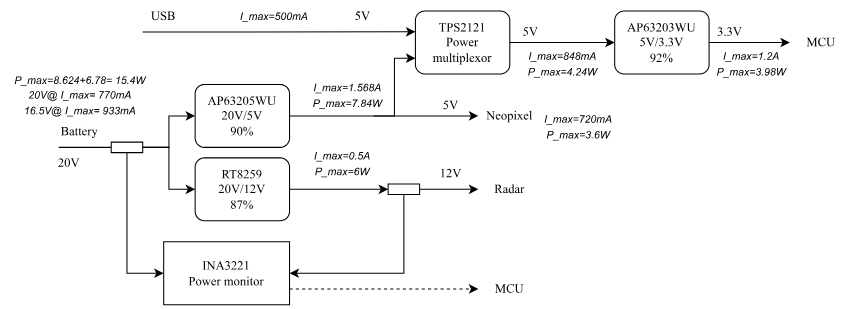
Earlier version of the draw.io export graphics/BlockDiagram-PowerManagement.svg (TaVodic/Dev-Module-for-RSS). Source tidied: cells renumbered, new cells last; positions are measured from the earlier drawing's top-left corner, leaving out a move shared by most shapes.
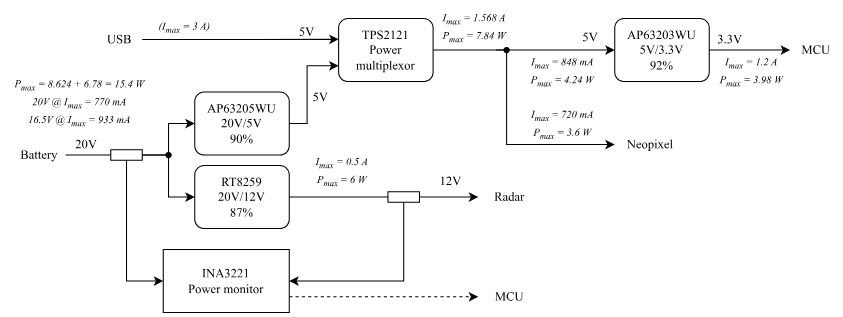
The same diagram one commit later.

Commit message:
schematic cosmetics, power management diagram upgrated

Change to the diagram source:
```diff
@@ -5,12 +5,11 @@
     <mxCell id="2" value="AP63205WU&lt;br&gt;20V/5V&lt;br&gt;90%" style="rounded=1;whiteSpace=wrap;html=1;fontFamily=Computer Modern;" parent="1" vertex="1">
       <mxGeometry x="185" y="80" width="90" height="60" as="geometry" />
     </mxCell>
-    <mxCell id="3" style="edgeStyle=orthogonalEdgeStyle;rounded=0;jettySize=auto;html=1;exitX=1;exitY=0.25;exitDx=0;exitDy=0;entryX=0;entryY=0.75;entryDx=0;entryDy=0;fontFamily=Computer Modern;" parent="1" edge="1" target="6">
+    <mxCell id="3" style="edgeStyle=orthogonalEdgeStyle;rounded=0;jettySize=auto;html=1;exitX=1;exitY=0.5;exitDx=0;exitDy=0;entryX=0;entryY=0.75;entryDx=0;entryDy=0;fontFamily=Computer Modern;" parent="1" edge="1" source="2" target="6">
       <mxGeometry relative="1" as="geometry">
-        <mxPoint x="355" y="110" as="sourcePoint" />
         <Array as="points">
-          <mxPoint x="375" y="110" />
-          <mxPoint x="375" y="55" />
+          <mxPoint x="292" y="110" />
+          <mxPoint x="292" y="55" />
         </Array>
       </mxGeometry>
     </mxCell>
@@ -21,7 +20,7 @@
       <mxGeometry relative="1" as="geometry" />
     </mxCell>
     <mxCell id="6" value="TPS2121&lt;br&gt;Power multiplexor" style="rounded=1;whiteSpace=wrap;html=1;fontFamily=Computer Modern;" parent="1" vertex="1">
-      <mxGeometry x="395" y="10" width="90" height="60" as="geometry" />
+      <mxGeometry x="322" y="10" width="90" height="60" as="geometry" />
     </mxCell>
     <mxCell id="7" style="edgeStyle=orthogonalEdgeStyle;rounded=0;jettySize=auto;html=1;exitX=1;exitY=0.5;exitDx=0;exitDy=0;fontFamily=Computer Modern;" parent="1" edge="1" source="8" target="16">
       <mxGeometry relative="1" as="geometry" />
@@ -29,35 +28,44 @@
     <mxCell id="8" value="AP63203WU&lt;br&gt;5V/3.3V&lt;br&gt;92%" style="rounded=1;whiteSpace=wrap;html=1;fontFamily=Computer Modern;" parent="1" vertex="1">
       <mxGeometry x="585" y="10" width="90" height="60" as="geometry" />
     </mxCell>
-    <mxCell id="9" style="rounded=0;jettySize=auto;html=1;exitX=1;exitY=0.5;exitDx=0;exitDy=0;fontFamily=Computer Modern;" parent="1" edge="1" source="2" target="14">
-      <mxGeometry relative="1" as="geometry" />
-    </mxCell>
     <mxCell id="10" value="12V" style="text;html=1;strokeColor=none;fillColor=none;align=center;verticalAlign=middle;whiteSpace=wrap;rounded=0;fontFamily=Computer Modern;" parent="1" vertex="1">
       <mxGeometry x="225" y="150" width="60" height="30" as="geometry" />
     </mxCell>
     <mxCell id="11" value="5V" style="text;html=1;strokeColor=none;fillColor=none;align=center;verticalAlign=middle;whiteSpace=wrap;rounded=0;fontFamily=Computer Modern;" parent="1" vertex="1">
-      <mxGeometry x="315" width="60" height="30" as="geometry" />
+      <mxGeometry x="262" y="8" width="60" height="30" as="geometry" />
     </mxCell>
     <mxCell id="12" value="5V" style="text;html=1;strokeColor=none;fillColor=none;align=center;verticalAlign=middle;whiteSpace=wrap;rounded=0;fontFamily=Computer Modern;" parent="1" vertex="1">
-      <mxGeometry x="475" y="15" width="60" height="30" as="geometry" />
+      <mxGeometry x="532" y="13" width="60" height="30" as="geometry" />
     </mxCell>
     <mxCell id="13" value="3.3V" style="text;html=1;strokeColor=none;fillColor=none;align=center;verticalAlign=middle;whiteSpace=wrap;rounded=0;fontFamily=Computer Modern;" parent="1" vertex="1">
       <mxGeometry x="665" y="15" width="60" height="30" as="geometry" />
     </mxCell>
+    <mxCell id="42" style="edgeStyle=orthogonalEdgeStyle;rounded=0;jettySize=auto;html=1;startArrow=classic;startFill=1;endArrow=none;endFill=0;fontFamily=Computer Modern;" parent="1" edge="1" source="14">
+      <mxGeometry relative="1" as="geometry">
+        <mxPoint x="472" y="40" as="targetPoint" />
+        <Array as="points">
+          <mxPoint x="482" y="130" />
+          <mxPoint x="482" y="40" />
+        </Array>
+      </mxGeometry>
+    </mxCell>
     <mxCell id="14" value="Neopixel" style="text;html=1;strokeColor=none;fillColor=none;align=center;verticalAlign=middle;whiteSpace=wrap;rounded=0;fontFamily=Computer Modern;" parent="1" vertex="1">
-      <mxGeometry x="455" y="95" width="60" height="30" as="geometry" />
+      <mxGeometry x="585" y="115" width="68" height="30" as="geometry" />
     </mxCell>
     <mxCell id="15" value="Radar" style="text;html=1;strokeColor=none;fillColor=none;align=center;verticalAlign=middle;whiteSpace=wrap;rounded=0;fontFamily=Computer Modern;" parent="1" vertex="1">
       <mxGeometry x="455" y="165" width="60" height="30" as="geometry" />
     </mxCell>
     <mxCell id="16" value="MCU" style="text;html=1;strokeColor=none;fillColor=none;align=center;verticalAlign=middle;whiteSpace=wrap;rounded=0;fontFamily=Computer Modern;" parent="1" vertex="1">
-      <mxGeometry x="752" y="25" width="60" height="30" as="geometry" />
+      <mxGeometry x="752" y="25" width="50" height="30" as="geometry" />
     </mxCell>
     <mxCell id="17" value="USB" style="text;html=1;strokeColor=none;fillColor=none;align=center;verticalAlign=middle;whiteSpace=wrap;rounded=0;fontFamily=Computer Modern;" parent="1" vertex="1">
-      <mxGeometry x="125" width="60" height="30" as="geometry" />
+      <mxGeometry x="92" y="15" width="43" height="30" as="geometry" />
     </mxCell>
+    <mxCell id="43" style="edgeStyle=orthogonalEdgeStyle;rounded=0;jettySize=auto;html=1;entryX=0;entryY=0.5;entryDx=0;entryDy=0;endArrow=none;endFill=0;fontFamily=Computer Modern;" parent="1" edge="1" source="18" target="26">
+      <mxGeometry relative="1" as="geometry" />
+    </mxCell>
     <mxCell id="18" value="Battery" style="text;html=1;strokeColor=none;fillColor=none;align=center;verticalAlign=middle;whiteSpace=wrap;rounded=0;fontFamily=Computer Modern;" parent="1" vertex="1">
-      <mxGeometry x="45" y="110" width="60" height="30" as="geometry" />
+      <mxGeometry x="12" y="125" width="50" height="30" as="geometry" />
     </mxCell>
     <mxCell id="19" style="edgeStyle=orthogonalEdgeStyle;rounded=0;jettySize=auto;html=1;exitX=1;exitY=0.75;exitDx=0;exitDy=0;dashed=1;fontFamily=Computer Modern;entryX=0;entryY=0.5;entryDx=0;entryDy=0;" parent="1" edge="1" source="20" target="27">
       <mxGeometry relative="1" as="geometry" />
@@ -71,17 +79,12 @@
     <mxCell id="22" style="edgeStyle=orthogonalEdgeStyle;rounded=0;jettySize=auto;html=1;exitX=0.5;exitY=1;exitDx=0;exitDy=0;entryX=0;entryY=0.5;entryDx=0;entryDy=0;fontFamily=Computer Modern;" parent="1" edge="1" source="26" target="20">
       <mxGeometry relative="1" as="geometry" />
     </mxCell>
-    <mxCell id="23" style="edgeStyle=orthogonalEdgeStyle;rounded=0;jettySize=auto;html=1;exitX=1;exitY=0.5;exitDx=0;exitDy=0;entryX=0;entryY=0.5;entryDx=0;entryDy=0;" parent="1" edge="1" source="26" target="32">
+    <mxCell id="23" style="edgeStyle=orthogonalEdgeStyle;rounded=0;jettySize=auto;html=1;exitX=1;exitY=0.5;exitDx=0;exitDy=0;entryX=0;entryY=0.5;entryDx=0;entryDy=0;fontFamily=Computer Modern;" parent="1" edge="1" source="26" target="32">
       <mxGeometry relative="1" as="geometry" />
     </mxCell>
-    <mxCell id="24" style="edgeStyle=orthogonalEdgeStyle;rounded=0;jettySize=auto;html=1;exitX=1;exitY=0.5;exitDx=0;exitDy=0;entryX=0;entryY=0.5;entryDx=0;entryDy=0;" parent="1" edge="1" source="26" target="2">
+    <mxCell id="24" style="edgeStyle=orthogonalEdgeStyle;rounded=0;jettySize=auto;html=1;exitX=1;exitY=0.5;exitDx=0;exitDy=0;entryX=0;entryY=0.5;entryDx=0;entryDy=0;fontFamily=Computer Modern;" parent="1" edge="1" source="26" target="2">
       <mxGeometry relative="1" as="geometry" />
     </mxCell>
-    <mxCell id="25" style="edgeStyle=orthogonalEdgeStyle;rounded=0;jettySize=auto;html=1;exitX=0;exitY=0.5;exitDx=0;exitDy=0;endArrow=none;endFill=0;" parent="1" edge="1" source="26">
-      <mxGeometry relative="1" as="geometry">
-        <mxPoint x="55" y="140" as="targetPoint" />
-      </mxGeometry>
-    </mxCell>
     <mxCell id="26" style="rounded=0;whiteSpace=wrap;html=1;fontFamily=Computer Modern;" parent="1" vertex="1">
       <mxGeometry x="105" y="135" width="30" height="10" as="geometry" />
     </mxCell>
@@ -93,44 +96,50 @@
         <mxPoint x="135" y="30" as="sourcePoint" />
       </mxGeometry>
     </mxCell>
-    <mxCell id="29" value="5V" style="text;html=1;strokeColor=none;fillColor=none;align=center;verticalAlign=middle;whiteSpace=wrap;rounded=0;fontFamily=Computer Modern;" parent="1" vertex="1">
-      <mxGeometry x="399" y="85" width="60" height="30" as="geometry" />
-    </mxCell>
     <mxCell id="30" value="12V" style="text;html=1;strokeColor=none;fillColor=none;align=center;verticalAlign=middle;whiteSpace=wrap;rounded=0;fontFamily=Computer Modern;" parent="1" vertex="1">
       <mxGeometry x="399" y="150" width="60" height="30" as="geometry" />
     </mxCell>
     <mxCell id="31" value="20V" style="text;html=1;strokeColor=none;fillColor=none;align=center;verticalAlign=middle;whiteSpace=wrap;rounded=0;fontFamily=Computer Modern;" parent="1" vertex="1">
-      <mxGeometry x="35" y="140" width="60" height="30" as="geometry" />
+      <mxGeometry x="52" y="125" width="60" height="10" as="geometry" />
     </mxCell>
     <mxCell id="32" value="RT8259&lt;br&gt;20V/12V&lt;br&gt;87%" style="rounded=1;whiteSpace=wrap;html=1;fontFamily=Computer Modern;" parent="1" vertex="1">
       <mxGeometry x="185" y="150" width="90" height="60" as="geometry" />
     </mxCell>
-    <mxCell id="33" value="&lt;i&gt;&lt;font style=&quot;font-size: 10px;&quot;&gt;I_max=500mA&lt;/font&gt;&lt;/i&gt;" style="text;html=1;align=center;verticalAlign=middle;strokeColor=none;fillColor=none;" parent="1" vertex="1">
-      <mxGeometry x="215" width="90" height="30" as="geometry" />
+    <mxCell id="33" value="&lt;i&gt;&lt;font style=&quot;font-size: 10px;&quot;&gt;(I&lt;sub&gt;max&lt;/sub&gt; = 3 A)&lt;/font&gt;&lt;/i&gt;" style="text;html=1;align=center;verticalAlign=middle;strokeColor=none;fillColor=none;fontFamily=Computer Modern;" parent="1" vertex="1">
+      <mxGeometry x="140" y="3" width="70" height="30" as="geometry" />
     </mxCell>
-    <mxCell id="34" value="&lt;i style=&quot;font-size: 10px;&quot;&gt;I_max=848mA&lt;br&gt;P_max=4.24W&lt;br&gt;&lt;/i&gt;" style="text;html=1;align=center;verticalAlign=middle;strokeColor=none;fillColor=none;" parent="1" vertex="1">
-      <mxGeometry x="490" y="40" width="90" height="40" as="geometry" />
+    <mxCell id="34" value="&lt;i style=&quot;font-size: 10px;&quot;&gt;I&lt;sub&gt;max &lt;/sub&gt;= 848 mA&lt;br&gt;P&lt;sub&gt;max&lt;/sub&gt; = 4.24 W&lt;br&gt;&lt;/i&gt;" style="text;html=1;align=center;verticalAlign=middle;strokeColor=none;fillColor=none;fontFamily=Computer Modern;" parent="1" vertex="1">
+      <mxGeometry x="495" y="35" width="80" height="50" as="geometry" />
     </mxCell>
-    <mxCell id="35" value="&lt;i style=&quot;font-size: 10px;&quot;&gt;I_max=1.2A&lt;br&gt;P_max=3.98W&lt;br&gt;&lt;/i&gt;" style="text;html=1;align=center;verticalAlign=middle;strokeColor=none;fillColor=none;" parent="1" vertex="1">
-      <mxGeometry x="670" y="40" width="90" height="40" as="geometry" />
+    <mxCell id="35" value="&lt;i style=&quot;font-size: 10px;&quot;&gt;I&lt;sub&gt;max&lt;/sub&gt; = 1.2 A&lt;br&gt;P&lt;sub&gt;max&lt;/sub&gt; = 3.98 W&lt;br&gt;&lt;/i&gt;" style="text;html=1;align=center;verticalAlign=middle;strokeColor=none;fillColor=none;fontFamily=Computer Modern;" parent="1" vertex="1">
+      <mxGeometry x="675" y="35" width="80" height="50" as="geometry" />
     </mxCell>
-    <mxCell id="36" value="&lt;i style=&quot;font-size: 10px;&quot;&gt;I_max=720mA&lt;br&gt;P_max=3.6W&lt;br&gt;&lt;/i&gt;" style="text;html=1;align=center;verticalAlign=middle;strokeColor=none;fillColor=none;" parent="1" vertex="1">
-      <mxGeometry x="505" y="100" width="90" height="40" as="geometry" />
+    <mxCell id="36" value="&lt;i style=&quot;font-size: 10px;&quot;&gt;I&lt;sub&gt;max &lt;/sub&gt;= 720 mA&lt;br&gt;P&lt;sub&gt;max&lt;/sub&gt; = 3.6 W&lt;br&gt;&lt;/i&gt;" style="text;html=1;align=center;verticalAlign=middle;strokeColor=none;fillColor=none;fontFamily=Computer Modern;" parent="1" vertex="1">
+      <mxGeometry x="495" y="85" width="80" height="50" as="geometry" />
     </mxCell>
-    <mxCell id="37" value="&lt;i style=&quot;font-size: 10px;&quot;&gt;I_max=1.568A&lt;br&gt;P_max=7.84W&lt;br&gt;&lt;/i&gt;" style="text;html=1;align=center;verticalAlign=middle;strokeColor=none;fillColor=none;" parent="1" vertex="1">
-      <mxGeometry x="285" y="70" width="90" height="40" as="geometry" />
+    <mxCell id="37" value="&lt;i style=&quot;font-size: 10px;&quot;&gt;I&lt;sub&gt;max&lt;/sub&gt; = 1.568 A&lt;br&gt;P&lt;sub&gt;max&lt;/sub&gt; = 7.84 W&lt;br&gt;&lt;/i&gt;" style="text;html=1;align=center;verticalAlign=middle;strokeColor=none;fillColor=none;fontFamily=Computer Modern;" parent="1" vertex="1">
+      <mxGeometry x="411" y="-7" width="80" height="50" as="geometry" />
     </mxCell>
-    <mxCell id="38" value="&lt;i style=&quot;font-size: 10px;&quot;&gt;I_max=0.5A&lt;br&gt;P_max=6W&lt;br&gt;&lt;/i&gt;" style="text;html=1;align=center;verticalAlign=middle;strokeColor=none;fillColor=none;" parent="1" vertex="1">
-      <mxGeometry x="285" y="135" width="80" height="40" as="geometry" />
+    <mxCell id="38" value="&lt;i style=&quot;font-size: 10px;&quot;&gt;I&lt;sub&gt;max&lt;/sub&gt; = 0.5 A&lt;br&gt;P&lt;sub&gt;max &lt;/sub&gt;= 6 W&lt;br&gt;&lt;/i&gt;" style="text;html=1;align=center;verticalAlign=middle;strokeColor=none;fillColor=none;fontFamily=Computer Modern;" parent="1" vertex="1">
+      <mxGeometry x="290" y="130" width="70" height="50" as="geometry" />
     </mxCell>
-    <mxCell id="39" value="&lt;i style=&quot;font-size: 10px;&quot;&gt;P_max=8.624+6.78= 15.4W&lt;br&gt;&lt;/i&gt;&lt;i style=&quot;border-color: var(--border-color); font-size: 10px;&quot;&gt;20V@ I_max= 770mA&lt;br&gt;&lt;i style=&quot;border-color: var(--border-color);&quot;&gt;16.5V@ I_max= 933mA&lt;br style=&quot;border-color: var(--border-color);&quot;&gt;&lt;/i&gt;&lt;/i&gt;" style="text;html=1;align=center;verticalAlign=middle;strokeColor=none;fillColor=none;" parent="1" vertex="1">
+    <mxCell id="39" value="&lt;i style=&quot;font-size: 10px;&quot;&gt;P&lt;sub&gt;max&lt;/sub&gt; = 8.624 + 6.78 = 15.4 W&lt;br&gt;&lt;/i&gt;&lt;i style=&quot;border-color: var(--border-color); font-size: 10px;&quot;&gt;20V @ I&lt;sub&gt;max &lt;/sub&gt;= 770 mA&lt;br&gt;&lt;i style=&quot;border-color: var(--border-color);&quot;&gt;16.5V @ I&lt;sub&gt;max&lt;/sub&gt; = 933 mA&lt;br style=&quot;border-color: var(--border-color);&quot;&gt;&lt;/i&gt;&lt;/i&gt;" style="text;html=1;align=center;verticalAlign=middle;strokeColor=none;fillColor=none;fontFamily=Computer Modern;" parent="1" vertex="1">
       <mxGeometry y="60" width="150" height="60" as="geometry" />
     </mxCell>
-    <mxCell id="40" style="edgeStyle=orthogonalEdgeStyle;rounded=0;jettySize=auto;html=1;exitX=1;exitY=0.5;exitDx=0;exitDy=0;fontFamily=Computer Modern;" parent="1" edge="1" source="32" target="41">
+    <mxCell id="40" style="edgeStyle=orthogonalEdgeStyle;rounded=0;jettySize=auto;html=1;exitX=1;exitY=0.5;exitDx=0;exitDy=0;fontFamily=Computer Modern;endArrow=none;endFill=0;" parent="1" edge="1" source="32" target="41">
       <mxGeometry relative="1" as="geometry" />
     </mxCell>
     <mxCell id="41" style="rounded=0;whiteSpace=wrap;html=1;fontFamily=Computer Modern;" parent="1" vertex="1">
       <mxGeometry x="369" y="175" width="30" height="10" as="geometry" />
     </mxCell>
+    <mxCell id="44" style="shape=waypoint;sketch=0;fillStyle=solid;size=6;fillColor=none;perimeter=centerPerimeter;fontFamily=Computer Modern;" parent="1" vertex="1">
+      <mxGeometry x="150" y="130" width="20" height="20" as="geometry" />
+    </mxCell>
+    <mxCell id="45" style="shape=waypoint;sketch=0;fillStyle=solid;size=6;fillColor=none;perimeter=centerPerimeter;fontFamily=Computer Modern;" parent="1" vertex="1">
+      <mxGeometry x="472" y="30" width="20" height="20" as="geometry" />
+    </mxCell>
+    <mxCell id="29" value="5V" style="text;html=1;strokeColor=none;fillColor=none;align=center;verticalAlign=middle;whiteSpace=wrap;rounded=0;fontFamily=Computer Modern;" parent="1" vertex="1">
+      <mxGeometry x="275" y="70" width="60" height="30" as="geometry" />
+    </mxCell>
   </root>
 </mxGraphModel>
```
